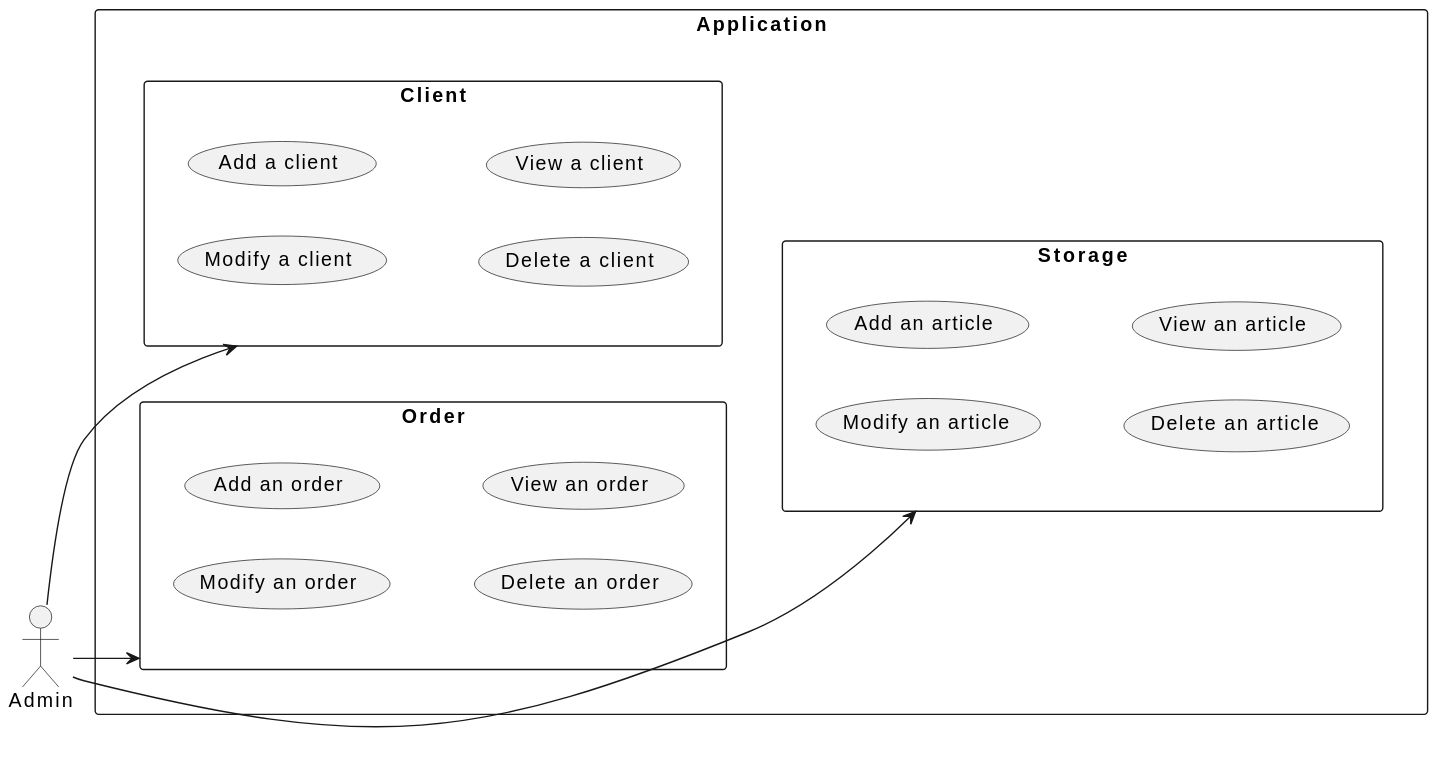
CESI-ORLEANS-A2/Groupe-3-Projet-Bloc-POO keeps this PlantUML diagram as Diagrammes UML/Diagramme de cas d'utilisation/Diagramme de cas d'utilisation.svg. Above is the earlier version.
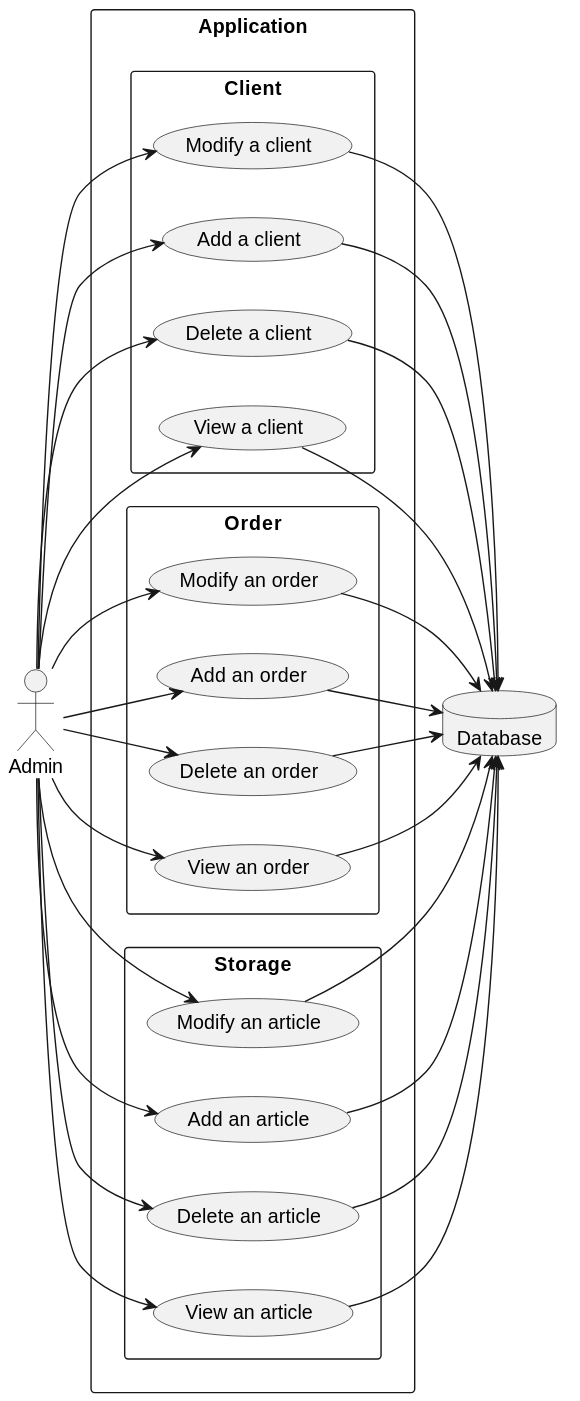
After the change.

The edit, as a diff of the source:
```diff
@@ -1,28 +1,56 @@
 @startuml
 left to right direction
+
 actor "Admin" as ad
+database "Database" as db
+
 rectangle Application {
-rectangle Client{
-  usecase "Modify a client" as UC1
-  usecase "Add a client" as UC2
-  usecase "Delete a client" as UC3
-  usecase "View a client" as UC4
+  rectangle Client{
+    usecase "Modify a client" as UC1
+    usecase "Add a client" as UC2
+    usecase "Delete a client" as UC3
+    usecase "View a client" as UC4
   }
   rectangle Order{
-  usecase "Modify an order" as UC5
-  usecase "Add an order" as UC6
-  usecase "Delete an order" as UC7
-  usecase "View an order" as UC8
+    usecase "Modify an order" as UC5
+    usecase "Add an order" as UC6
+    usecase "Delete an order" as UC7
+    usecase "View an order" as UC8
   }
   rectangle Storage{
-  usecase "Modify an article" as UC9
-  usecase "Add an article" as UC10
-  usecase "Delete an article" as UC11
-  usecase "View an article" as UC12
+    usecase "Modify an article" as UC9
+    usecase "Add an article" as UC10
+    usecase "Delete an article" as UC11
+    usecase "View an article" as UC12
   }
 }
 
-ad --> Client
-ad --> Storage
-ad --> Order
+
+
+ad --> UC1
+ad --> UC2
+ad --> UC3
+ad --> UC4
+ad --> UC5
+ad --> UC6
+ad --> UC7
+ad --> UC8
+ad --> UC9
+ad --> UC10
+ad --> UC11
+ad --> UC12
+
+UC1 --> db
+UC2 --> db
+UC3 --> db
+UC4 --> db
+UC5 --> db
+UC6 --> db
+UC7 --> db
+UC8 --> db
+UC9 --> db
+UC10 --> db
+UC11 --> db
+UC12 --> db
+
 @enduml
```
